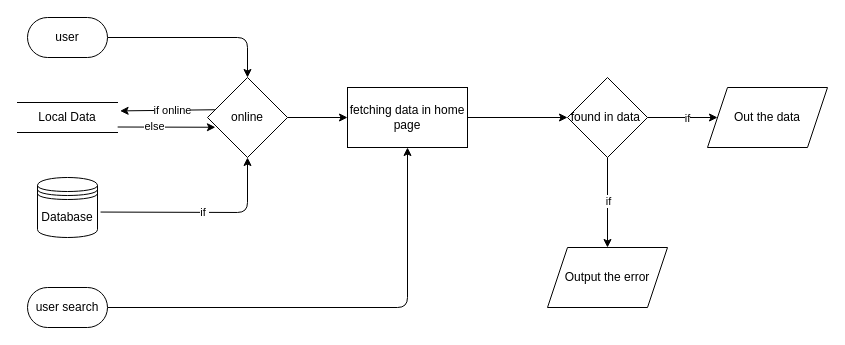
Above: flow_chart/fetching-data.drawio in Meshil-Maring/maring-hymn-of-praise (draw.io), before the change. Source tidied: cells renumbered, new cells numbered last; positions are measured from the earlier drawing's top-left corner, leaving out a move shared by most shapes. Both pictures are drawn from the tidied source at 100%, with x=0, y=0 at pixel (17, 17).
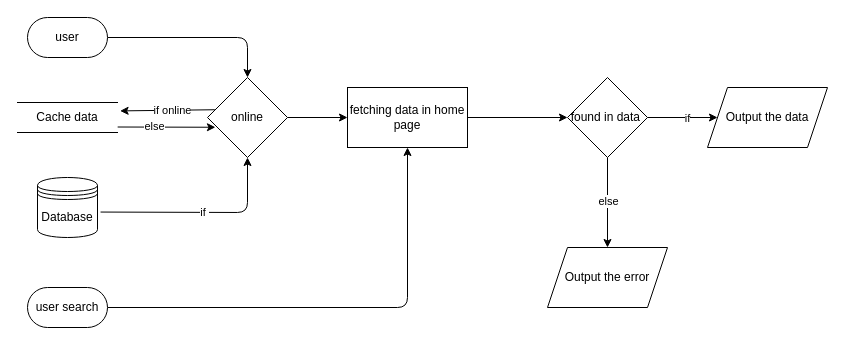
After the change.

The change refers to these unchanged cells:
```xml
<mxCell id="18" style="edgeStyle=none;html=1;" parent="1" edge="1" source="22" target="23">
  <mxGeometry relative="1" as="geometry" />
</mxCell>
```

What changed in the source:
```diff
@@
-    <mxCell id="10" value="Local Data" style="html=1;dashed=0;whiteSpace=wrap;shape=partialRectangle;right=0;left=0;" parent="1" vertex="1">
+    <mxCell id="10" value="Cache data" style="html=1;dashed=0;whiteSpace=wrap;shape=partialRectangle;right=0;left=0;" parent="1" vertex="1">
       <mxGeometry y="85" width="100" height="30" as="geometry" />
     </mxCell>
@@
-    <mxCell id="19" value="if" style="edgeLabel;html=1;align=center;verticalAlign=middle;" parent="18" vertex="1">
+    <mxCell id="19" value="else" style="edgeLabel;html=1;align=center;verticalAlign=middle;" parent="18" vertex="1">
       <mxGeometry x="-0.04" relative="1" as="geometry" />
     </mxCell>
@@
-    <mxCell id="24" value="Out the data" style="shape=parallelogram;perimeter=parallelogramPerimeter;whiteSpace=wrap;html=1;fixedSize=1;" parent="1" vertex="1">
+    <mxCell id="24" value="Output the data" style="shape=parallelogram;perimeter=parallelogramPerimeter;whiteSpace=wrap;html=1;fixedSize=1;" parent="1" vertex="1">
       <mxGeometry x="690" y="70" width="120" height="60" as="geometry" />
     </mxCell>
```
